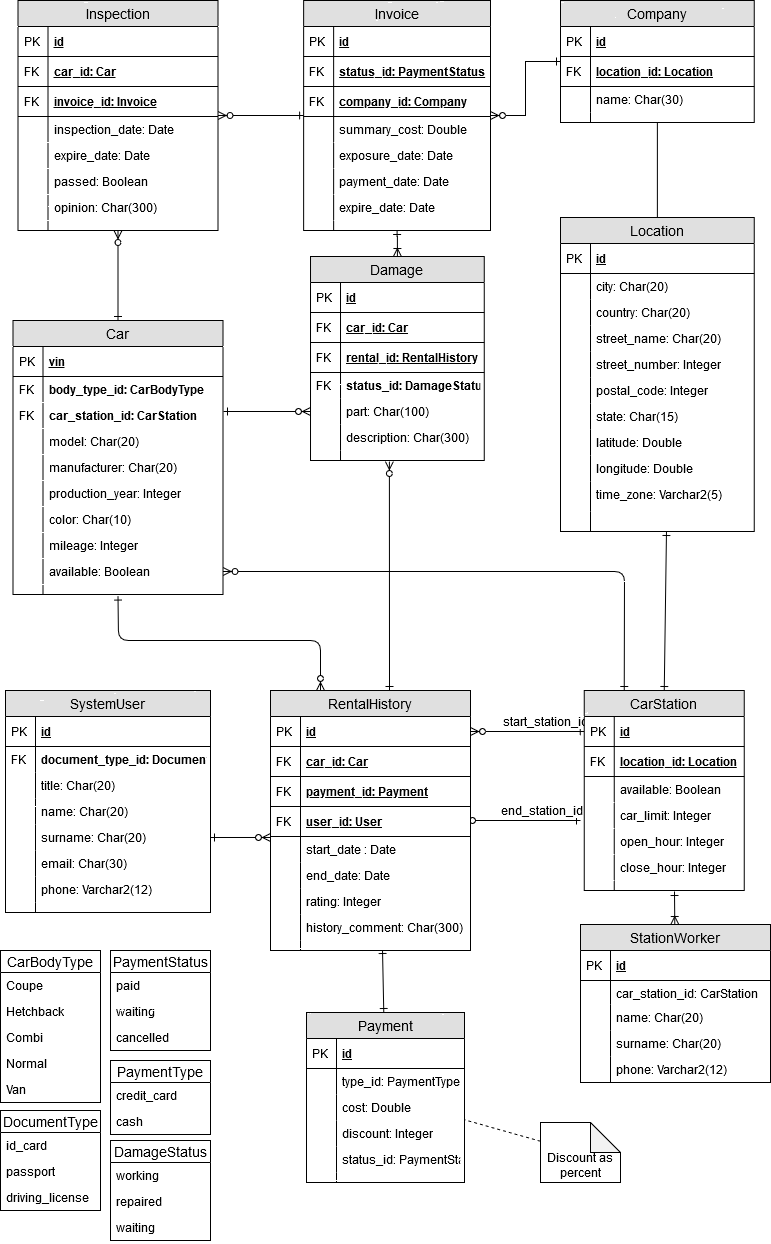
Above: ERD.png in mosurekImagination/ZSBD-studies-course (draw.io), before the change. Source tidied: cells renumbered, new cells last; positions are measured from the earlier drawing's top-left corner, leaving out a move shared by most shapes.
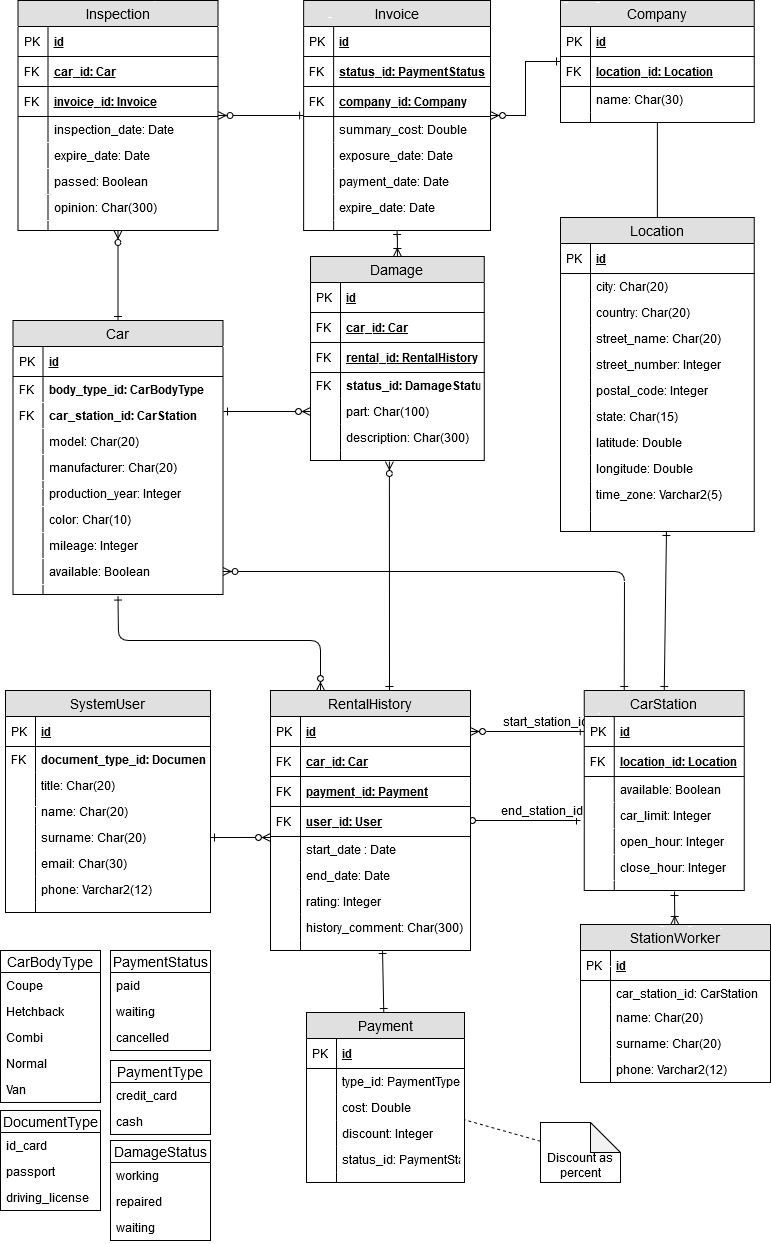
After the commit.

Change to the diagram source:
```diff
@@ -572,7 +572,7 @@
     <mxCell id="185" value="Car" style="swimlane;fontStyle=0;horizontal=1;startSize=26;fillColor=#e0e0e0;swimlaneFillColor=#ffffff;align=center;fontSize=14;" parent="1" vertex="1">
       <mxGeometry x="12.5" y="320" width="210" height="274" as="geometry" />
     </mxCell>
-    <mxCell id="186" value="vin" style="shape=partialRectangle;top=0;left=0;right=0;bottom=1;align=left;verticalAlign=middle;fillColor=none;spacingLeft=34;spacingRight=4;overflow=hidden;fontStyle=5;fontSize=12;" parent="185" vertex="1">
+    <mxCell id="186" value="id" style="shape=partialRectangle;top=0;left=0;right=0;bottom=1;align=left;verticalAlign=middle;fillColor=none;spacingLeft=34;spacingRight=4;overflow=hidden;fontStyle=5;fontSize=12;" parent="185" vertex="1">
       <mxGeometry y="26" width="210" height="30" as="geometry" />
     </mxCell>
     <mxCell id="187" value="PK" style="shape=partialRectangle;top=0;left=0;bottom=0;fillColor=none;align=left;verticalAlign=middle;spacingLeft=4;spacingRight=4;overflow=hidden;fontSize=12;" parent="186" vertex="1">
```
